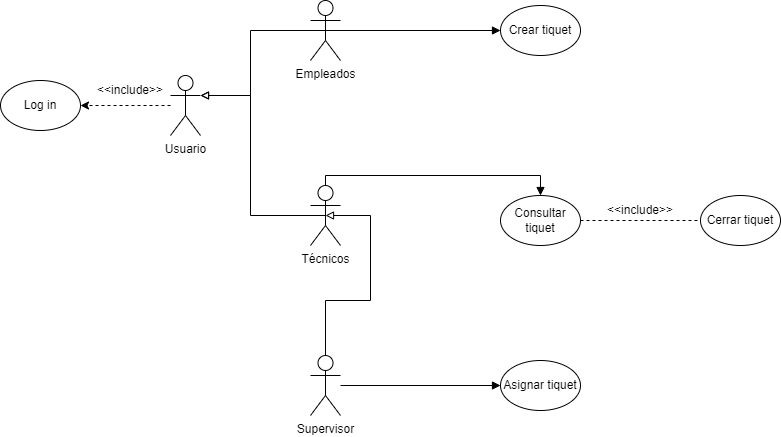
Earlier version of the draw.io export Diagrama de cassos dús.drawio.png (luquetoon/Ticketing_Alex_Sergi). Source tidied: cells renumbered, new cells last; positions are measured from the earlier drawing's top-left corner, leaving out a move shared by most shapes.
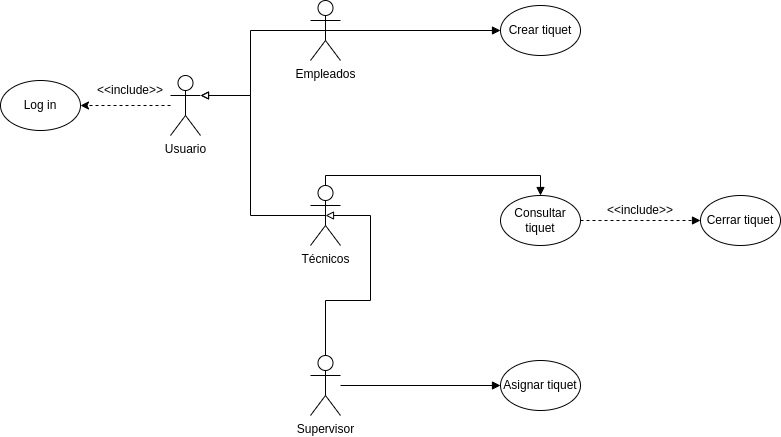
Above is the later version.

The edit, as a diff of the source:
```diff
@@ -63,7 +63,7 @@
     <mxCell id="14" value="Crear tiquet" style="ellipse;whiteSpace=wrap;html=1;" parent="1" vertex="1">
       <mxGeometry x="500" y="5" width="80" height="50" as="geometry" />
     </mxCell>
-    <mxCell id="15" style="edgeStyle=orthogonalEdgeStyle;rounded=0;jettySize=auto;html=1;entryX=0;entryY=0.5;entryDx=0;entryDy=0;endArrow=none;endFill=0;dashed=1;" parent="1" edge="1" source="16" target="17">
+    <mxCell id="15" style="edgeStyle=orthogonalEdgeStyle;rounded=0;jettySize=auto;html=1;entryX=0;entryY=0.5;entryDx=0;entryDy=0;endArrow=block;endFill=1;dashed=1;" parent="1" edge="1" source="16" target="17">
       <mxGeometry relative="1" as="geometry" />
     </mxCell>
     <mxCell id="16" value="Consultar tiquet" style="ellipse;whiteSpace=wrap;html=1;" parent="1" vertex="1">
```
